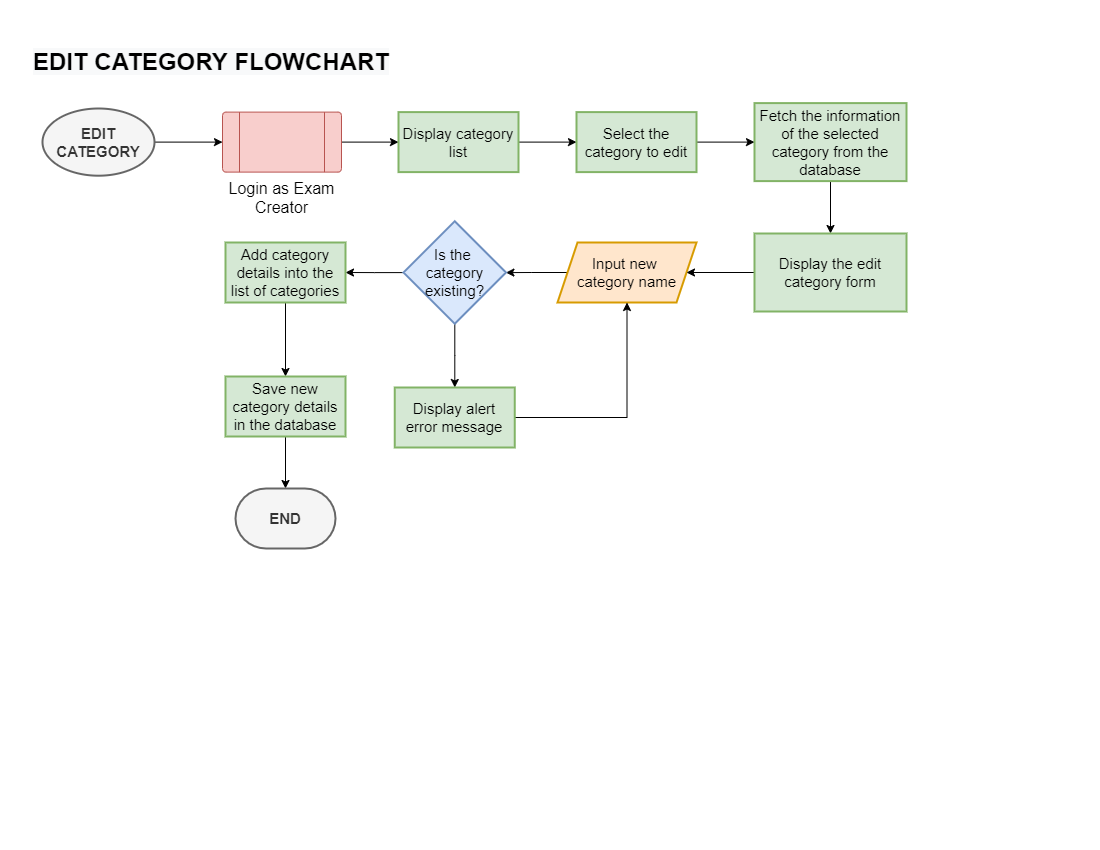
Above: Gallardo/OnlineExam/online exam flowcharts/exam creator/Online exam flowchart-EDIT CATEGORY FLOWCHART.drawio.png in walteribloguintoledo/PUP2022 (draw.io), before the change. Source tidied: cells renumbered, new cells last; positions are measured from the earlier drawing's top-left corner, leaving out a move shared by most shapes. Source of this version:
```xml
<mxGraphModel>
  <root>
    <mxCell id="0" />
    <mxCell id="1" parent="0" />
    <mxCell id="2" style="edgeStyle=orthogonalEdgeStyle;rounded=0;jettySize=auto;html=1;fontSize=16;" parent="1" edge="1" source="3" target="5">
      <mxGeometry relative="1" as="geometry" />
    </mxCell>
    <mxCell id="3" value="&lt;b&gt;EDIT CATEGORY&lt;/b&gt;" style="strokeWidth=2;html=1;shape=mxgraph.flowchart.start_1;whiteSpace=wrap;fontSize=15;fillColor=#f5f5f5;fontColor=#333333;strokeColor=#666666;" parent="1" vertex="1">
      <mxGeometry x="11" y="67" width="112" height="67.2" as="geometry" />
    </mxCell>
    <mxCell id="4" style="edgeStyle=orthogonalEdgeStyle;rounded=0;jettySize=auto;html=1;fontSize=16;" parent="1" edge="1" source="5" target="8">
      <mxGeometry relative="1" as="geometry" />
    </mxCell>
    <mxCell id="5" value="&lt;font style=&quot;font-size: 16px;&quot;&gt;Login as Exam Creator&lt;/font&gt;" style="verticalLabelPosition=bottom;verticalAlign=top;html=1;shape=process;whiteSpace=wrap;rounded=1;size=0.14;arcSize=6;fontSize=14;fillColor=#f8cecc;strokeColor=#b85450;" parent="1" vertex="1">
      <mxGeometry x="191" y="70.6" width="119" height="60" as="geometry" />
    </mxCell>
    <mxCell id="6" value="&lt;span style=&quot;color: rgb(0, 0, 0); font-family: Helvetica; font-size: 24px; font-style: normal; font-variant-ligatures: normal; font-variant-caps: normal; font-weight: 700; letter-spacing: normal; orphans: 2; text-align: center; text-indent: 0px; text-transform: none; widows: 2; word-spacing: 0px; -webkit-text-stroke-width: 0px; background-color: rgb(248, 249, 250); text-decoration-thickness: initial; text-decoration-style: initial; text-decoration-color: initial; float: none; display: inline !important;&quot;&gt;EDIT CATEGORY FLOWCHART&lt;/span&gt;" style="text;whiteSpace=wrap;html=1;fontSize=16;" parent="1" vertex="1">
      <mxGeometry width="367" height="36" as="geometry" />
    </mxCell>
    <mxCell id="7" style="edgeStyle=orthogonalEdgeStyle;rounded=0;jettySize=auto;html=1;fontSize=16;entryX=0;entryY=0.5;entryDx=0;entryDy=0;" parent="1" edge="1" source="8" target="10">
      <mxGeometry relative="1" as="geometry" />
    </mxCell>
    <mxCell id="8" value="Display category list" style="whiteSpace=wrap;html=1;fontSize=15;fillColor=#d5e8d4;strokeColor=#82b366;strokeWidth=2;" parent="1" vertex="1">
      <mxGeometry x="367" y="70.6" width="120" height="60" as="geometry" />
    </mxCell>
    <mxCell id="9" style="edgeStyle=orthogonalEdgeStyle;rounded=0;jettySize=auto;html=1;fontSize=16;" parent="1" edge="1" source="10" target="14">
      <mxGeometry relative="1" as="geometry" />
    </mxCell>
    <mxCell id="10" value="Select the category to edit" style="whiteSpace=wrap;html=1;fontSize=15;fillColor=#d5e8d4;strokeColor=#82b366;strokeWidth=2;" parent="1" vertex="1">
      <mxGeometry x="545" y="70.6" width="120" height="60" as="geometry" />
    </mxCell>
    <mxCell id="11" style="edgeStyle=orthogonalEdgeStyle;rounded=0;jettySize=auto;html=1;fontSize=16;" parent="1" edge="1" source="12" target="19">
      <mxGeometry relative="1" as="geometry" />
    </mxCell>
    <mxCell id="12" value="Input new &lt;br&gt;category name" style="shape=parallelogram;perimeter=parallelogramPerimeter;whiteSpace=wrap;html=1;fixedSize=1;fontSize=15;fillColor=#ffe6cc;strokeColor=#d79b00;strokeWidth=2;" parent="1" vertex="1">
      <mxGeometry x="526" y="201" width="139" height="60" as="geometry" />
    </mxCell>
    <mxCell id="13" style="edgeStyle=orthogonalEdgeStyle;rounded=0;jettySize=auto;html=1;fontSize=16;" parent="1" edge="1" source="14" target="16">
      <mxGeometry relative="1" as="geometry" />
    </mxCell>
    <mxCell id="14" value="Fetch the information of the selected category from the database" style="whiteSpace=wrap;html=1;fontSize=15;fillColor=#d5e8d4;strokeColor=#82b366;strokeWidth=2;" parent="1" vertex="1">
      <mxGeometry x="723" y="61.6" width="152" height="78" as="geometry" />
    </mxCell>
    <mxCell id="15" style="edgeStyle=orthogonalEdgeStyle;rounded=0;jettySize=auto;html=1;fontSize=16;" parent="1" edge="1" source="16" target="12">
      <mxGeometry relative="1" as="geometry" />
    </mxCell>
    <mxCell id="16" value="Display the edit category form" style="whiteSpace=wrap;html=1;fontSize=15;fillColor=#d5e8d4;strokeColor=#82b366;strokeWidth=2;" parent="1" vertex="1">
      <mxGeometry x="723" y="192" width="152" height="78" as="geometry" />
    </mxCell>
    <mxCell id="17" style="edgeStyle=orthogonalEdgeStyle;rounded=0;jettySize=auto;html=1;fontSize=16;" parent="1" edge="1" source="19" target="21">
      <mxGeometry relative="1" as="geometry" />
    </mxCell>
    <mxCell id="18" style="edgeStyle=orthogonalEdgeStyle;rounded=0;jettySize=auto;html=1;fontSize=16;" parent="1" edge="1" source="19" target="23">
      <mxGeometry relative="1" as="geometry" />
    </mxCell>
    <mxCell id="19" value="Is the &lt;br&gt;category existing?" style="rhombus;whiteSpace=wrap;html=1;fontSize=15;fillColor=#dae8fc;strokeColor=#6c8ebf;strokeWidth=2;" parent="1" vertex="1">
      <mxGeometry x="372" y="179.8" width="102.5" height="102.5" as="geometry" />
    </mxCell>
    <mxCell id="20" style="edgeStyle=orthogonalEdgeStyle;rounded=0;jettySize=auto;html=1;entryX=0.5;entryY=1;entryDx=0;entryDy=0;fontSize=16;" parent="1" edge="1" source="21" target="12">
      <mxGeometry relative="1" as="geometry" />
    </mxCell>
    <mxCell id="21" value="Display alert error message" style="whiteSpace=wrap;html=1;fontSize=15;fillColor=#d5e8d4;strokeColor=#82b366;strokeWidth=2;" parent="1" vertex="1">
      <mxGeometry x="363.2" y="346" width="120" height="60" as="geometry" />
    </mxCell>
    <mxCell id="22" style="edgeStyle=orthogonalEdgeStyle;rounded=0;jettySize=auto;html=1;fontSize=16;" parent="1" edge="1" source="23" target="25">
      <mxGeometry relative="1" as="geometry" />
    </mxCell>
    <mxCell id="23" value="Add category details into the list of categories" style="whiteSpace=wrap;html=1;fontSize=15;fillColor=#d5e8d4;strokeColor=#82b366;strokeWidth=2;" parent="1" vertex="1">
      <mxGeometry x="194" y="201" width="120" height="60" as="geometry" />
    </mxCell>
    <mxCell id="24" style="edgeStyle=orthogonalEdgeStyle;rounded=0;jettySize=auto;html=1;fontSize=16;" parent="1" edge="1" source="25" target="26">
      <mxGeometry relative="1" as="geometry" />
    </mxCell>
    <mxCell id="25" value="Save new category details in the database" style="whiteSpace=wrap;html=1;fontSize=15;fillColor=#d5e8d4;strokeColor=#82b366;strokeWidth=2;" parent="1" vertex="1">
      <mxGeometry x="194" y="335" width="120" height="60" as="geometry" />
    </mxCell>
    <mxCell id="26" value="&lt;b&gt;END&lt;/b&gt;" style="strokeWidth=2;html=1;shape=mxgraph.flowchart.terminator;whiteSpace=wrap;fontSize=15;fillColor=#f5f5f5;fontColor=#333333;strokeColor=#666666;" parent="1" vertex="1">
      <mxGeometry x="204" y="447" width="100" height="60" as="geometry" />
    </mxCell>
  </root>
</mxGraphModel>
```
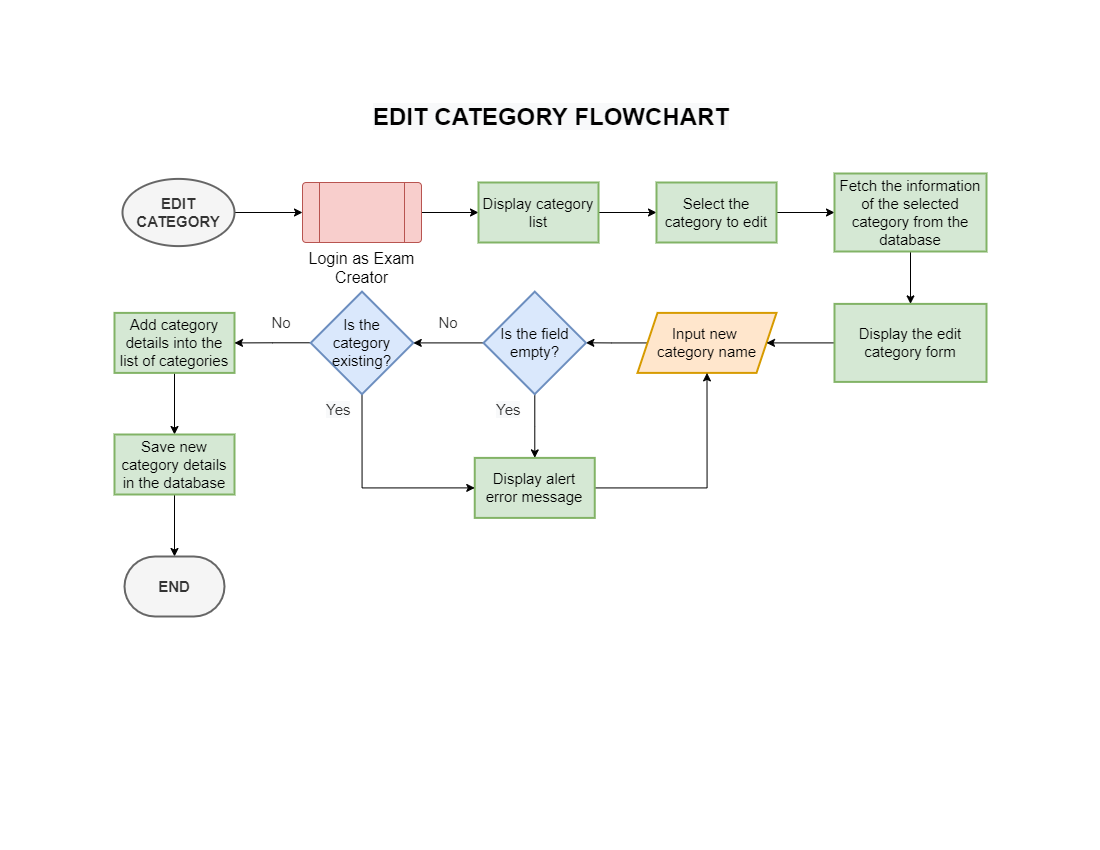
The same diagram one commit later.

What changed in the source:
```diff
@@ -15,7 +15,7 @@
       <mxGeometry x="191" y="70.6" width="119" height="60" as="geometry" />
     </mxCell>
     <mxCell id="6" value="&lt;span style=&quot;color: rgb(0, 0, 0); font-family: Helvetica; font-size: 24px; font-style: normal; font-variant-ligatures: normal; font-variant-caps: normal; font-weight: 700; letter-spacing: normal; orphans: 2; text-align: center; text-indent: 0px; text-transform: none; widows: 2; word-spacing: 0px; -webkit-text-stroke-width: 0px; background-color: rgb(248, 249, 250); text-decoration-thickness: initial; text-decoration-style: initial; text-decoration-color: initial; float: none; display: inline !important;&quot;&gt;EDIT CATEGORY FLOWCHART&lt;/span&gt;" style="text;whiteSpace=wrap;html=1;fontSize=16;" parent="1" vertex="1">
-      <mxGeometry width="367" height="36" as="geometry" />
+      <mxGeometry x="260" y="-15.4" width="367" height="36" as="geometry" />
     </mxCell>
     <mxCell id="7" style="edgeStyle=orthogonalEdgeStyle;rounded=0;jettySize=auto;html=1;fontSize=16;entryX=0;entryY=0.5;entryDx=0;entryDy=0;" parent="1" edge="1" source="8" target="10">
       <mxGeometry relative="1" as="geometry" />
@@ -50,11 +50,11 @@
     <mxCell id="17" style="edgeStyle=orthogonalEdgeStyle;rounded=0;jettySize=auto;html=1;fontSize=16;" parent="1" edge="1" source="19" target="21">
       <mxGeometry relative="1" as="geometry" />
     </mxCell>
-    <mxCell id="18" style="edgeStyle=orthogonalEdgeStyle;rounded=0;jettySize=auto;html=1;fontSize=16;" parent="1" edge="1" source="19" target="23">
-      <mxGeometry relative="1" as="geometry" />
-    </mxCell>
+    <mxCell id="27" style="edgeStyle=orthogonalEdgeStyle;rounded=0;jettySize=auto;html=1;" parent="1" edge="1" source="19" target="30">
+      <mxGeometry relative="1" as="geometry" />
+    </mxCell>
-    <mxCell id="19" value="Is the &lt;br&gt;category existing?" style="rhombus;whiteSpace=wrap;html=1;fontSize=15;fillColor=#dae8fc;strokeColor=#6c8ebf;strokeWidth=2;" parent="1" vertex="1">
-      <mxGeometry x="372" y="179.8" width="102.5" height="102.5" as="geometry" />
+    <mxCell id="19" value="&lt;span style=&quot;&quot;&gt;Is the field empty?&lt;/span&gt;" style="rhombus;whiteSpace=wrap;html=1;fontSize=15;fillColor=#dae8fc;strokeColor=#6c8ebf;strokeWidth=2;" parent="1" vertex="1">
+      <mxGeometry x="372" y="179.7" width="102.5" height="102.5" as="geometry" />
     </mxCell>
     <mxCell id="20" style="edgeStyle=orthogonalEdgeStyle;rounded=0;jettySize=auto;html=1;entryX=0.5;entryY=1;entryDx=0;entryDy=0;fontSize=16;" parent="1" edge="1" source="21" target="12">
       <mxGeometry relative="1" as="geometry" />
@@ -66,16 +66,37 @@
       <mxGeometry relative="1" as="geometry" />
     </mxCell>
     <mxCell id="23" value="Add category details into the list of categories" style="whiteSpace=wrap;html=1;fontSize=15;fillColor=#d5e8d4;strokeColor=#82b366;strokeWidth=2;" parent="1" vertex="1">
-      <mxGeometry x="194" y="201" width="120" height="60" as="geometry" />
+      <mxGeometry x="3" y="201" width="120" height="60" as="geometry" />
     </mxCell>
     <mxCell id="24" style="edgeStyle=orthogonalEdgeStyle;rounded=0;jettySize=auto;html=1;fontSize=16;" parent="1" edge="1" source="25" target="26">
       <mxGeometry relative="1" as="geometry" />
     </mxCell>
     <mxCell id="25" value="Save new category details in the database" style="whiteSpace=wrap;html=1;fontSize=15;fillColor=#d5e8d4;strokeColor=#82b366;strokeWidth=2;" parent="1" vertex="1">
-      <mxGeometry x="194" y="335" width="120" height="60" as="geometry" />
+      <mxGeometry x="3" y="322.6" width="120" height="60" as="geometry" />
     </mxCell>
     <mxCell id="26" value="&lt;b&gt;END&lt;/b&gt;" style="strokeWidth=2;html=1;shape=mxgraph.flowchart.terminator;whiteSpace=wrap;fontSize=15;fillColor=#f5f5f5;fontColor=#333333;strokeColor=#666666;" parent="1" vertex="1">
-      <mxGeometry x="204" y="447" width="100" height="60" as="geometry" />
+      <mxGeometry x="13" y="444.6" width="100" height="60" as="geometry" />
     </mxCell>
+    <mxCell id="28" style="edgeStyle=orthogonalEdgeStyle;rounded=0;jettySize=auto;html=1;" parent="1" edge="1" source="30" target="23">
+      <mxGeometry relative="1" as="geometry" />
+    </mxCell>
+    <mxCell id="29" style="edgeStyle=orthogonalEdgeStyle;rounded=0;jettySize=auto;html=1;exitX=0.5;exitY=1;exitDx=0;exitDy=0;entryX=0;entryY=0.5;entryDx=0;entryDy=0;" parent="1" edge="1" source="30" target="21">
+      <mxGeometry relative="1" as="geometry" />
+    </mxCell>
+    <mxCell id="30" value="&lt;span style=&quot;&quot;&gt;Is the&lt;/span&gt;&lt;br style=&quot;&quot;&gt;&lt;span style=&quot;&quot;&gt;category existing?&lt;/span&gt;" style="rhombus;whiteSpace=wrap;html=1;fontSize=15;fillColor=#dae8fc;strokeColor=#6c8ebf;strokeWidth=2;" parent="1" vertex="1">
+      <mxGeometry x="199.2" y="179.7" width="102.5" height="102.5" as="geometry" />
+    </mxCell>
+    <mxCell id="31" value="&lt;span style=&quot;color: rgb(51, 51, 51); font-family: Helvetica; font-size: 15px; font-style: normal; font-variant-ligatures: normal; font-variant-caps: normal; font-weight: 400; letter-spacing: normal; orphans: 2; text-align: center; text-indent: 0px; text-transform: none; widows: 2; word-spacing: 0px; -webkit-text-stroke-width: 0px; background-color: rgb(248, 249, 250); text-decoration-thickness: initial; text-decoration-style: initial; text-decoration-color: initial; float: none; display: inline !important;&quot;&gt;Yes&lt;/span&gt;" style="text;whiteSpace=wrap;html=1;fontSize=15;" parent="1" vertex="1">
+      <mxGeometry x="213" y="282.2" width="32" height="32" as="geometry" />
+    </mxCell>
+    <mxCell id="32" value="&lt;div style=&quot;&quot;&gt;&lt;span style=&quot;background-color: initial;&quot;&gt;&lt;font color=&quot;#333333&quot;&gt;No&lt;/font&gt;&lt;/span&gt;&lt;/div&gt;" style="text;whiteSpace=wrap;html=1;fontSize=15;align=center;" parent="1" vertex="1">
+      <mxGeometry x="321" y="195.6" width="32" height="32" as="geometry" />
+    </mxCell>
+    <mxCell id="33" value="&lt;div style=&quot;&quot;&gt;&lt;span style=&quot;background-color: initial;&quot;&gt;&lt;font color=&quot;#333333&quot;&gt;No&lt;/font&gt;&lt;/span&gt;&lt;/div&gt;" style="text;whiteSpace=wrap;html=1;fontSize=15;align=center;" parent="1" vertex="1">
+      <mxGeometry x="154" y="195.6" width="32" height="32" as="geometry" />
+    </mxCell>
+    <mxCell id="34" value="&lt;span style=&quot;color: rgb(51, 51, 51); font-family: Helvetica; font-size: 15px; font-style: normal; font-variant-ligatures: normal; font-variant-caps: normal; font-weight: 400; letter-spacing: normal; orphans: 2; text-align: center; text-indent: 0px; text-transform: none; widows: 2; word-spacing: 0px; -webkit-text-stroke-width: 0px; background-color: rgb(248, 249, 250); text-decoration-thickness: initial; text-decoration-style: initial; text-decoration-color: initial; float: none; display: inline !important;&quot;&gt;Yes&lt;/span&gt;" style="text;whiteSpace=wrap;html=1;fontSize=15;" parent="1" vertex="1">
+      <mxGeometry x="383" y="282.2" width="32" height="32" as="geometry" />
+    </mxCell>
   </root>
 </mxGraphModel>
```
